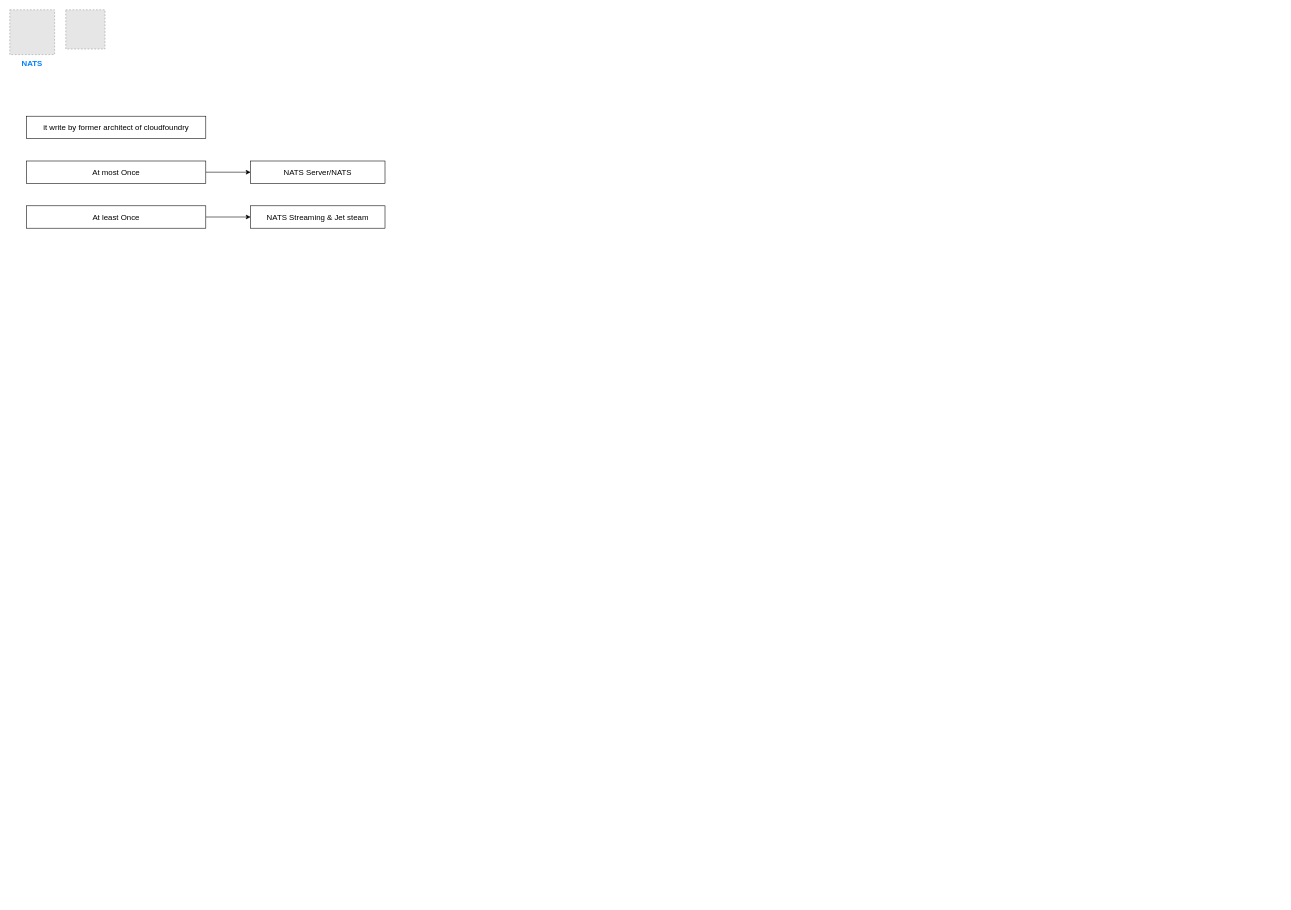
Earlier version of the draw.io diagram page "Eventing" (7 of 7) of cloud/kyma.drawio (bayern01kahn/Tech_Diagrams). Source tidied: cells renumbered, new cells numbered last; positions are measured from the earlier drawing's top-left corner, leaving out a move shared by most shapes. Both pictures are drawn from the tidied source at 56%, with x=0, y=0 at pixel (10, 10). Pictures stored in the file or linked from it are replaced by grey dashed boxes.
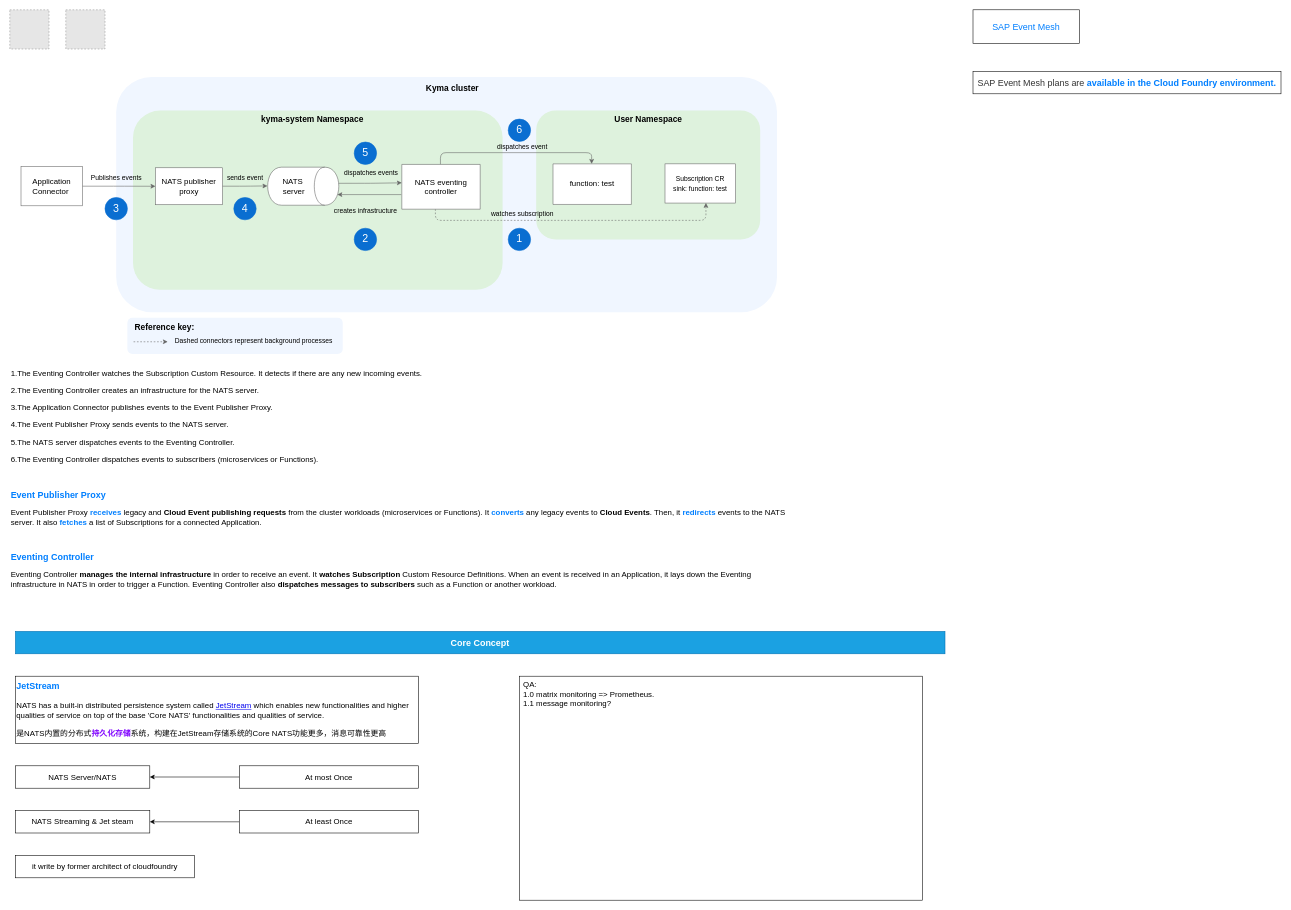
After the change.

Change to the diagram source:
```diff
@@
     <mxCell id="2" value="it write by former architect of cloudfoundry" style="rounded=0;whiteSpace=wrap;html=1;fontSize=14;" parent="1" vertex="1">
-      <mxGeometry x="30" y="190" width="320" height="40" as="geometry" />
+      <mxGeometry x="10" y="1510" width="320" height="40" as="geometry" />
     </mxCell>
@@
     <mxCell id="4" value="At most Once" style="rounded=0;whiteSpace=wrap;html=1;fontSize=14;" parent="1" vertex="1">
-      <mxGeometry x="30" y="270" width="320" height="40" as="geometry" />
+      <mxGeometry x="410" y="1350" width="320" height="40" as="geometry" />
     </mxCell>
     <mxCell id="5" value="NATS Server/NATS" style="whiteSpace=wrap;html=1;fontSize=14;rounded=0;" parent="1" vertex="1">
-      <mxGeometry x="430" y="270" width="240" height="40" as="geometry" />
+      <mxGeometry x="10" y="1350" width="240" height="40" as="geometry" />
     </mxCell>
@@
     <mxCell id="7" value="At least Once" style="rounded=0;whiteSpace=wrap;html=1;fontSize=14;" parent="1" vertex="1">
-      <mxGeometry x="30" y="350" width="320" height="40" as="geometry" />
+      <mxGeometry x="410" y="1430" width="320" height="40" as="geometry" />
     </mxCell>
     <mxCell id="8" value="NATS Streaming &amp;amp; Jet steam" style="whiteSpace=wrap;html=1;fontSize=14;rounded=0;" parent="1" vertex="1">
-      <mxGeometry x="430" y="350" width="240" height="40" as="geometry" />
+      <mxGeometry x="10" y="1430" width="240" height="40" as="geometry" />
     </mxCell>
-    <mxCell id="9" value="NATS" style="fillColor=#E6E6E6;strokeColor=#999999;dashed=1;verticalLabelPosition=bottom;verticalAlign=top;fontSize=14;fontStyle=1;fontColor=#007FFF;labelBackgroundColor=none;" parent="1" vertex="1">
-      <mxGeometry width="80" height="80" as="geometry" />
+    <mxCell id="9" style="fillColor=#E6E6E6;strokeColor=#999999;dashed=1;verticalLabelPosition=bottom;verticalAlign=top;fontSize=14;fontStyle=1;fontColor=#007FFF;labelBackgroundColor=none;" parent="1" vertex="1">
+      <mxGeometry width="70" height="70" as="geometry" />
     </mxCell>
@@
+    <mxCell id="11" style="group;strokeColor=none;" parent="1" vertex="1">
+      <mxGeometry y="110" width="1400" height="510" as="geometry" />
+    </mxCell>
+    <mxCell id="12" style="rounded=0;whiteSpace=wrap;html=1;strokeColor=none;" parent="11" vertex="1">
+      <mxGeometry width="1400" height="510" as="geometry" />
+    </mxCell>
+    <mxCell id="13" style="group;strokeWidth=2;verticalAlign=top;shadow=0;rounded=1;fillColor=#F0F6FF;" parent="11" vertex="1">
+      <mxGeometry x="190" y="10" width="1180" height="420" as="geometry" />
+    </mxCell>
+    <mxCell id="14" style="group;strokeWidth=2;rounded=1;fillColor=#DEF2DD;" parent="11" vertex="1">
+      <mxGeometry x="940" y="70" width="400" height="230" as="geometry" />
+    </mxCell>
+    <mxCell id="15" value="&lt;font style=&quot;font-size: 14px&quot;&gt;&lt;br&gt;&lt;font style=&quot;font-size: 14px&quot;&gt;Application Connector&lt;/font&gt;&lt;/font&gt;&lt;font style=&quot;font-size: 14px&quot;&gt;&lt;font style=&quot;font-size: 14px&quot;&gt;&amp;nbsp;&lt;br&gt;&lt;/font&gt;&lt;br style=&quot;font-size: 14px&quot;&gt;&lt;/font&gt;" style="rounded=0;whiteSpace=wrap;html=1;strokeWidth=1;fillColor=#ffffff;verticalAlign=middle;fontSize=14;strokeColor=#666666;" parent="11" vertex="1">
+      <mxGeometry x="20" y="170" width="110" height="70" as="geometry" />
+    </mxCell>
+    <mxCell id="16" value="&lt;font style=&quot;font-size: 15px&quot;&gt;&lt;b&gt;User Namespace&lt;/b&gt;&lt;/font&gt;" style="text;html=1;strokeColor=none;fillColor=none;align=center;verticalAlign=middle;whiteSpace=wrap;rounded=0;fontSize=15;" parent="11" vertex="1">
+      <mxGeometry x="1053.5" y="79.5" width="173" height="9.5" as="geometry" />
+    </mxCell>
+    <mxCell id="17" value="&lt;span style=&quot;font-size: 12px&quot;&gt;Subscription CR&lt;/span&gt;&lt;br style=&quot;font-size: 12px&quot;&gt;&lt;span style=&quot;font-size: 12px&quot;&gt;sink: function: test&lt;/span&gt;&lt;span style=&quot;font-size: 14px&quot;&gt;&lt;br style=&quot;font-size: 14px&quot;&gt;&lt;/span&gt;" style="rounded=0;whiteSpace=wrap;html=1;strokeWidth=1;fillColor=#ffffff;direction=south;fontSize=14;strokeColor=#666666;" parent="11" vertex="1">
+      <mxGeometry x="1170" y="165.1" width="126" height="70" as="geometry" />
+    </mxCell>
+    <mxCell id="18" style="group;strokeWidth=2;verticalAlign=top;rounded=1;fillColor=#DEF2DD;" parent="11" vertex="1">
+      <mxGeometry x="220" y="70" width="660" height="320" as="geometry" />
+    </mxCell>
+    <mxCell id="19" value="&lt;font style=&quot;font-size: 15px&quot;&gt;&lt;b&gt;kyma-system Namespace&lt;/b&gt;&lt;/font&gt;" style="text;html=1;align=center;verticalAlign=middle;fontSize=15;" parent="11" vertex="1">
+      <mxGeometry x="440" y="74.3" width="200" height="20" as="geometry" />
+    </mxCell>
+    <mxCell id="20" value="&lt;font color=&quot;#000000&quot; style=&quot;font-size: 15px;&quot;&gt;&lt;b style=&quot;font-size: 15px;&quot;&gt;Kyma cluster&lt;/b&gt;&lt;/font&gt;" style="text;html=1;align=center;verticalAlign=middle;fontColor=#D2D5D9;fontSize=15;" parent="11" vertex="1">
+      <mxGeometry x="735" y="20" width="110" height="20" as="geometry" />
+    </mxCell>
+    <mxCell id="21" value="&lt;font style=&quot;font-size: 14px&quot;&gt;&lt;font style=&quot;font-size: 14px&quot;&gt;NATS publisher proxy&lt;/font&gt;&lt;br style=&quot;font-size: 14px&quot;&gt;&lt;/font&gt;" style="rounded=0;whiteSpace=wrap;html=1;labelBackgroundColor=none;strokeWidth=1;fontSize=14;strokeColor=#666666;" parent="11" vertex="1">
+      <mxGeometry x="260" y="172.1" width="120" height="66" as="geometry" />
+    </mxCell>
+    <mxCell id="22" style="edgeStyle=orthogonalEdgeStyle;rounded=1;jettySize=auto;html=1;exitX=1;exitY=0.5;exitDx=0;exitDy=0;entryX=0;entryY=0.5;entryDx=0;entryDy=0;fontColor=#D2D5D9;strokeColor=#666666;" parent="11" edge="1" source="15" target="21">
+      <mxGeometry relative="1" as="geometry" />
+    </mxCell>
+    <mxCell id="23" value="&lt;font style=&quot;font-size: 14px&quot;&gt;NATS&lt;br&gt;&amp;nbsp;server&lt;/font&gt;" style="shape=cylinder;whiteSpace=wrap;html=1;boundedLbl=1;backgroundOutline=1;rotation=90;horizontal=0;fontSize=14;strokeColor=#666666;" parent="11" vertex="1">
+      <mxGeometry x="490" y="141.5" width="68" height="127" as="geometry" />
+    </mxCell>
+    <mxCell id="24" value="&lt;font style=&quot;font-size: 12px&quot;&gt;Publishes events&lt;/font&gt;" style="text;html=1;align=center;verticalAlign=middle;" parent="11" vertex="1">
+      <mxGeometry x="135" y="181" width="110" height="20" as="geometry" />
+    </mxCell>
+    <mxCell id="25" value="sends event" style="text;html=1;align=center;verticalAlign=middle;" parent="11" vertex="1">
+      <mxGeometry x="380" y="181" width="80" height="20" as="geometry" />
+    </mxCell>
+    <mxCell id="26" value="dispatches events" style="text;html=1;align=center;verticalAlign=middle;" parent="11" vertex="1">
+      <mxGeometry x="590" y="172.1" width="110" height="20" as="geometry" />
+    </mxCell>
+    <mxCell id="27" value="&lt;font color=&quot;#ffffff&quot; style=&quot;font-size: 19px&quot;&gt;1&lt;/font&gt;" style="ellipse;whiteSpace=wrap;html=1;strokeColor=#0A6ED1;fillColor=#0A6ED1;" parent="11" vertex="1">
+      <mxGeometry x="890" y="280" width="40" height="40" as="geometry" />
+    </mxCell>
+    <mxCell id="28" value="&lt;font color=&quot;#ffffff&quot; style=&quot;font-size: 19px&quot;&gt;2&lt;/font&gt;" style="ellipse;whiteSpace=wrap;html=1;strokeColor=#0A6ED1;fillColor=#0A6ED1;" parent="11" vertex="1">
+      <mxGeometry x="615" y="280" width="40" height="40" as="geometry" />
+    </mxCell>
+    <mxCell id="29" value="&lt;font color=&quot;#ffffff&quot;&gt;&lt;span style=&quot;font-size: 19px&quot;&gt;4&lt;/span&gt;&lt;/font&gt;" style="ellipse;whiteSpace=wrap;html=1;strokeColor=#0A6ED1;fillColor=#0A6ED1;" parent="11" vertex="1">
+      <mxGeometry x="400" y="225.1" width="40" height="40" as="geometry" />
+    </mxCell>
+    <mxCell id="30" style="edgeStyle=orthogonalEdgeStyle;rounded=1;jettySize=auto;html=1;entryX=0.998;entryY=0.42;entryDx=0;entryDy=0;entryPerimeter=0;dashed=1;endArrow=classic;endFill=1;strokeColor=#666666;" parent="11" edge="1" target="17">
+      <mxGeometry relative="1" as="geometry">
+        <mxPoint x="760" y="246" as="sourcePoint" />
+        <Array as="points">
+          <mxPoint x="760" y="266" />
+          <mxPoint x="1243" y="266" />
+        </Array>
+      </mxGeometry>
+    </mxCell>
+    <mxCell id="31" value="&lt;font style=&quot;font-size: 14px&quot;&gt;function: test&lt;/font&gt;" style="shape=note;whiteSpace=wrap;html=1;backgroundOutline=1;darkOpacity=0.05;fillColor=#FFFFFF;gradientColor=none;size=0;fontSize=14;strokeColor=#666666;" parent="11" vertex="1">
+      <mxGeometry x="970" y="165.1" width="140" height="72.5" as="geometry" />
+    </mxCell>
+    <mxCell id="32" style="edgeStyle=orthogonalEdgeStyle;rounded=1;jettySize=auto;html=1;entryX=0;entryY=0;entryDx=69;entryDy=0;entryPerimeter=0;endArrow=classic;endFill=1;exitX=0;exitY=0;exitDx=69;exitDy=0;exitPerimeter=0;startArrow=none;startFill=0;strokeColor=#666666;" parent="11" edge="1" source="33" target="31">
+      <mxGeometry relative="1" as="geometry" />
+    </mxCell>
+    <mxCell id="33" value="&lt;font style=&quot;font-size: 14px&quot;&gt;NATS eventing controller&lt;/font&gt;" style="shape=note;whiteSpace=wrap;html=1;backgroundOutline=1;darkOpacity=0.05;fillColor=#FFFFFF;gradientColor=none;size=0;fontSize=14;strokeColor=#666666;" parent="11" vertex="1">
+      <mxGeometry x="700" y="166.1" width="140" height="80" as="geometry" />
+    </mxCell>
+    <mxCell id="34" value="&lt;font color=&quot;#ffffff&quot;&gt;&lt;span style=&quot;font-size: 19px&quot;&gt;3&lt;/span&gt;&lt;/font&gt;" style="ellipse;whiteSpace=wrap;html=1;strokeColor=#0A6ED1;fillColor=#0A6ED1;" parent="11" vertex="1">
+      <mxGeometry x="170" y="225.1" width="40" height="40" as="geometry" />
+    </mxCell>
+    <mxCell id="35" value="&lt;font color=&quot;#ffffff&quot;&gt;&lt;span style=&quot;font-size: 19px&quot;&gt;5&lt;/span&gt;&lt;/font&gt;" style="ellipse;whiteSpace=wrap;html=1;strokeColor=#0A6ED1;fillColor=#0A6ED1;" parent="11" vertex="1">
+      <mxGeometry x="615" y="126.1" width="40" height="40" as="geometry" />
+    </mxCell>
+    <mxCell id="36" value="creates infrastructure" style="text;html=1;align=center;verticalAlign=middle;" parent="11" vertex="1">
+      <mxGeometry x="570" y="240" width="130" height="20" as="geometry" />
+    </mxCell>
+    <mxCell id="37" value="watches subscription" style="text;html=1;align=center;verticalAlign=middle;" parent="11" vertex="1">
+      <mxGeometry x="850" y="245.1" width="130" height="20" as="geometry" />
+    </mxCell>
+    <mxCell id="38" value="dispatches event" style="text;html=1;align=center;verticalAlign=middle;" parent="11" vertex="1">
+      <mxGeometry x="860" y="125.1" width="110" height="20" as="geometry" />
+    </mxCell>
+    <mxCell id="39" style="edgeStyle=orthogonalEdgeStyle;rounded=1;orthogonalLoop=1;jettySize=auto;html=1;entryX=0;entryY=0.5;entryDx=0;entryDy=0;entryPerimeter=0;strokeColor=#666666;" parent="11" edge="1">
+      <mxGeometry relative="1" as="geometry">
+        <mxPoint x="380" y="205" as="sourcePoint" />
+        <mxPoint x="460" y="204.5" as="targetPoint" />
+        <Array as="points">
+          <mxPoint x="420" y="205" />
+        </Array>
+      </mxGeometry>
+    </mxCell>
+    <mxCell id="40" style="edgeStyle=orthogonalEdgeStyle;rounded=1;orthogonalLoop=1;jettySize=auto;html=1;strokeColor=#666666;" parent="11" edge="1">
+      <mxGeometry relative="1" as="geometry">
+        <mxPoint x="699" y="220" as="sourcePoint" />
+        <mxPoint x="585" y="220" as="targetPoint" />
+      </mxGeometry>
+    </mxCell>
+    <mxCell id="41" style="edgeStyle=orthogonalEdgeStyle;rounded=1;jettySize=auto;html=1;strokeColor=#666666;exitX=0.424;exitY=0.001;exitDx=0;exitDy=0;exitPerimeter=0;" parent="11" edge="1" source="23">
+      <mxGeometry relative="1" as="geometry">
+        <mxPoint x="700" y="199" as="targetPoint" />
+      </mxGeometry>
+    </mxCell>
+    <mxCell id="42" value="&lt;font color=&quot;#ffffff&quot;&gt;&lt;span style=&quot;font-size: 19px&quot;&gt;6&lt;/span&gt;&lt;/font&gt;" style="ellipse;whiteSpace=wrap;html=1;strokeColor=#0A6ED1;fillColor=#0A6ED1;" parent="11" vertex="1">
+      <mxGeometry x="890" y="85.1" width="40" height="40" as="geometry" />
+    </mxCell>
+    <mxCell id="43" style="rounded=1;whiteSpace=wrap;html=1;strokeColor=none;fillColor=#F0F6FF;direction=east;rotation=-90;arcSize=14;" parent="11" vertex="1">
+      <mxGeometry x="370" y="280" width="64.5" height="384.6" as="geometry" />
+    </mxCell>
+    <mxCell id="44" value="&lt;font style=&quot;font-size: 15px&quot;&gt;&lt;b&gt;Reference key:&lt;/b&gt;&lt;/font&gt;" style="text;html=1;strokeColor=none;fillColor=none;align=center;verticalAlign=middle;whiteSpace=wrap;rounded=0;direction=east;rotation=0;" parent="11" vertex="1">
+      <mxGeometry x="220" y="445.8" width="113" height="20" as="geometry" />
+    </mxCell>
+    <mxCell id="45" value="&lt;div&gt;&lt;span&gt;Dashed connectors represent background processes&lt;/span&gt;&lt;/div&gt;" style="text;html=1;strokeColor=none;fillColor=none;align=left;verticalAlign=middle;whiteSpace=wrap;rounded=0;" parent="11" vertex="1">
+      <mxGeometry x="292.5" y="465.8" width="306" height="33" as="geometry" />
+    </mxCell>
+    <mxCell id="46" style="endArrow=classic;html=1;dashed=1;strokeWidth=1;strokeColor=#666666;" parent="11" edge="1">
+      <mxGeometry relative="1" as="geometry">
+        <mxPoint x="221" y="482.8" as="sourcePoint" />
+        <mxPoint x="282" y="482.8" as="targetPoint" />
+      </mxGeometry>
+    </mxCell>
+    <mxCell id="47" value="QA:&lt;br style=&quot;font-size: 14px&quot;&gt;1.0 matrix monitoring =&amp;gt; Prometheus.&lt;br&gt;1.1 message monitoring?&lt;br&gt;" style="rounded=0;whiteSpace=wrap;html=1;fontSize=14;align=left;spacingLeft=5;verticalAlign=top;" parent="1" vertex="1">
+      <mxGeometry x="910" y="1190" width="720" height="400" as="geometry" />
+    </mxCell>
+    <mxCell id="48" value="&lt;div&gt;&lt;span&gt;&lt;b&gt;&lt;font style=&quot;font-size: 16px&quot; color=&quot;#007fff&quot;&gt;JetStream&lt;/font&gt;&lt;/b&gt;&lt;/span&gt;&lt;/div&gt;&lt;div&gt;&lt;span&gt;&lt;br&gt;&lt;/span&gt;&lt;/div&gt;&lt;div&gt;&lt;span&gt;NATS has a built-in distributed persistence system called &lt;/span&gt;&lt;a href=&quot;/using-nats/developer/develop_jetstream&quot; class=&quot;css-4rbku5 css-1dbjc4n r-1loqt21 r-1471scf r-1otgn73 r-1i6wzkk r-lrvibr&quot; style=&quot;transition-duration: 0s&quot;&gt;JetStream&lt;/a&gt;&lt;span&gt; which enables new functionalities and higher qualities of service on top of the base 'Core NATS' functionalities and qualities of service.&lt;/span&gt;&lt;br&gt;&lt;/div&gt;&lt;div&gt;&lt;br&gt;&lt;/div&gt;&lt;div&gt;&lt;span&gt;是NATS内置的分布式&lt;/span&gt;&lt;b&gt;&lt;font color=&quot;#7f00ff&quot;&gt;持久化存储&lt;/font&gt;&lt;/b&gt;&lt;span&gt;系统，构建在JetStream存储系统的Core NATS功能更多，消息可靠性更高&lt;/span&gt;&lt;br&gt;&lt;/div&gt;" style="rounded=0;whiteSpace=wrap;html=1;fontSize=14;align=left;" parent="1" vertex="1">
+      <mxGeometry x="10" y="1190" width="720" height="120" as="geometry" />
+    </mxCell>
+    <mxCell id="49" value="&lt;p class=&quot;p1&quot; style=&quot;font-size: 14px&quot;&gt;&lt;font style=&quot;font-size: 14px&quot;&gt;&lt;span class=&quot;s1&quot; style=&quot;font-size: 14px&quot;&gt;1.&lt;/span&gt;The Eventing Controller watches the Subscription Custom Resource. It detects &lt;span class=&quot;s2&quot; style=&quot;font-size: 14px&quot;&gt;if&lt;/span&gt; there are any &lt;span class=&quot;s2&quot; style=&quot;font-size: 14px&quot;&gt;new&lt;/span&gt; incoming events.&lt;/font&gt;&lt;/p&gt;&lt;p class=&quot;p1&quot; style=&quot;font-size: 14px&quot;&gt;&lt;font style=&quot;font-size: 14px&quot;&gt;&lt;span class=&quot;s1&quot; style=&quot;font-size: 14px&quot;&gt;2.&lt;/span&gt;The Eventing Controller creates an infrastructure for the NATS server.&lt;/font&gt;&lt;/p&gt;&lt;p class=&quot;p1&quot; style=&quot;font-size: 14px&quot;&gt;&lt;font style=&quot;font-size: 14px&quot;&gt;&lt;span class=&quot;s1&quot; style=&quot;font-size: 14px&quot;&gt;3.&lt;/span&gt;The Application Connector publishes events &lt;span class=&quot;s3&quot; style=&quot;font-size: 14px&quot;&gt;to&lt;/span&gt; the Event Publisher Proxy.&lt;/font&gt;&lt;/p&gt;&lt;p class=&quot;p1&quot; style=&quot;font-size: 14px&quot;&gt;&lt;font style=&quot;font-size: 14px&quot;&gt;&lt;span class=&quot;s1&quot; style=&quot;font-size: 14px&quot;&gt;4.&lt;/span&gt;The Event Publisher Proxy sends events &lt;span class=&quot;s3&quot; style=&quot;font-size: 14px&quot;&gt;to&lt;/span&gt; the NATS server.&lt;/font&gt;&lt;/p&gt;&lt;p class=&quot;p1&quot; style=&quot;font-size: 14px&quot;&gt;&lt;font style=&quot;font-size: 14px&quot;&gt;&lt;span class=&quot;s1&quot; style=&quot;font-size: 14px&quot;&gt;5.&lt;/span&gt;The NATS server dispatches events &lt;span class=&quot;s3&quot; style=&quot;font-size: 14px&quot;&gt;to&lt;/span&gt; the Eventing Controller.&lt;/font&gt;&lt;/p&gt;&lt;p class=&quot;p1&quot; style=&quot;font-size: 14px&quot;&gt;&lt;font style=&quot;font-size: 14px&quot;&gt;&lt;span class=&quot;s1&quot; style=&quot;font-size: 14px&quot;&gt;6.&lt;/span&gt;The Eventing Controller dispatches events &lt;span class=&quot;s3&quot; style=&quot;font-size: 14px&quot;&gt;to&lt;/span&gt; subscribers (microservices or Functions).&lt;/font&gt;&lt;/p&gt;&lt;p class=&quot;p2&quot; style=&quot;font-size: 14px&quot;&gt;&lt;span&gt;&lt;br&gt;&lt;/span&gt;&lt;/p&gt;&lt;p class=&quot;p2&quot;&gt;&lt;b&gt;&lt;font style=&quot;font-size: 16px&quot; color=&quot;#007fff&quot;&gt;Event Publisher Proxy&lt;/font&gt;&lt;/b&gt;&lt;br&gt;&lt;/p&gt;&lt;p class=&quot;p1&quot; style=&quot;font-size: 14px&quot;&gt;&lt;font style=&quot;font-size: 14px&quot;&gt;Event Publisher Proxy &lt;b&gt;&lt;font color=&quot;#007fff&quot;&gt;receives&lt;/font&gt;&lt;/b&gt; legacy and &lt;b&gt;Cloud Event publishing requests&lt;/b&gt; &lt;span class=&quot;s3&quot; style=&quot;font-size: 14px&quot;&gt;from&lt;/span&gt; the cluster workloads (microservices or Functions). It &lt;b&gt;&lt;font color=&quot;#007fff&quot;&gt;converts&lt;/font&gt;&lt;/b&gt; any legacy events &lt;span class=&quot;s3&quot; style=&quot;font-size: 14px&quot;&gt;to&lt;/span&gt; &lt;b&gt;Cloud Events&lt;/b&gt;. Then, it &lt;b&gt;&lt;font color=&quot;#007fff&quot;&gt;redirects&lt;/font&gt;&lt;/b&gt; events &lt;span class=&quot;s3&quot; style=&quot;font-size: 14px&quot;&gt;to&lt;/span&gt; the NATS server. It also &lt;b&gt;&lt;font color=&quot;#007fff&quot;&gt;fetches&lt;/font&gt;&lt;/b&gt; a list of Subscriptions for a connected Application.&lt;/font&gt;&lt;/p&gt;&lt;p class=&quot;p2&quot; style=&quot;font-size: 14px&quot;&gt;&lt;span&gt;&lt;br&gt;&lt;/span&gt;&lt;/p&gt;&lt;p class=&quot;p2&quot;&gt;&lt;b&gt;&lt;font style=&quot;font-size: 16px&quot; color=&quot;#007fff&quot;&gt;Eventing Controller&lt;/font&gt;&lt;/b&gt;&lt;br&gt;&lt;/p&gt;&lt;p class=&quot;p1&quot; style=&quot;font-size: 14px&quot;&gt;&lt;font style=&quot;font-size: 14px&quot;&gt;Eventing Controller &lt;b&gt;manages the internal infrastructure&lt;/b&gt; in order &lt;span class=&quot;s3&quot; style=&quot;font-size: 14px&quot;&gt;to&lt;/span&gt; receive an event. It &lt;b&gt;watches Subscription&lt;/b&gt; Custom Resource Definitions. When an event is received in an Application, it lays down the Eventing infrastructure in NATS in order &lt;span class=&quot;s3&quot; style=&quot;font-size: 14px&quot;&gt;to&lt;/span&gt; trigger a &lt;span class=&quot;s2&quot; style=&quot;font-size: 14px&quot;&gt;Function&lt;/span&gt;. Eventing Controller also &lt;b&gt;dispatches messages &lt;span class=&quot;s3&quot; style=&quot;font-size: 14px&quot;&gt;to&lt;/span&gt; subscribers&lt;/b&gt; such &lt;span class=&quot;s2&quot; style=&quot;font-size: 14px&quot;&gt;as&lt;/span&gt; a &lt;span class=&quot;s2&quot; style=&quot;font-size: 14px&quot;&gt;Function&lt;/span&gt; or another workload.&lt;/font&gt;&lt;/p&gt;" style="text;whiteSpace=wrap;html=1;fontSize=14;fontColor=#000000;fillColor=default;strokeColor=none;" parent="1" vertex="1">
+      <mxGeometry y="620" width="1400" height="420" as="geometry" />
+    </mxCell>
+    <mxCell id="50" value="&lt;b&gt;Core Concept&lt;/b&gt;" style="rounded=0;whiteSpace=wrap;html=1;fontSize=16;fontColor=#ffffff;strokeColor=#006EAF;fillColor=#1ba1e2;" parent="1" vertex="1">
+      <mxGeometry x="10" y="1110" width="1660" height="40" as="geometry" />
+    </mxCell>
+    <mxCell id="51" value="SAP Event Mesh" style="rounded=0;whiteSpace=wrap;html=1;fontSize=16;fontColor=#007FFF;strokeColor=default;fillColor=default;" parent="1" vertex="1">
+      <mxGeometry x="1720" width="190" height="60" as="geometry" />
+    </mxCell>
+    <mxCell id="52" value="&lt;span class=&quot;ph pname&quot; style=&quot;color: rgb(51 , 51 , 51) ; font-family: &amp;#34;72&amp;#34; , &amp;#34;arial&amp;#34; , sans-serif&quot;&gt;SAP Event Mesh&lt;/span&gt;&lt;span style=&quot;font-family: &amp;#34;72&amp;#34; , &amp;#34;arial&amp;#34; , sans-serif&quot;&gt;&lt;font color=&quot;#333333&quot;&gt;&amp;nbsp;plans are &lt;/font&gt;&lt;b&gt;available in the Cloud Foundry environment.&lt;/b&gt;&lt;/span&gt;" style="whiteSpace=wrap;html=1;fontSize=16;fontColor=#007FFF;strokeColor=default;fillColor=default;" parent="1" vertex="1">
+      <mxGeometry x="1720" y="110" width="550" height="40" as="geometry" />
+    </mxCell>
```
